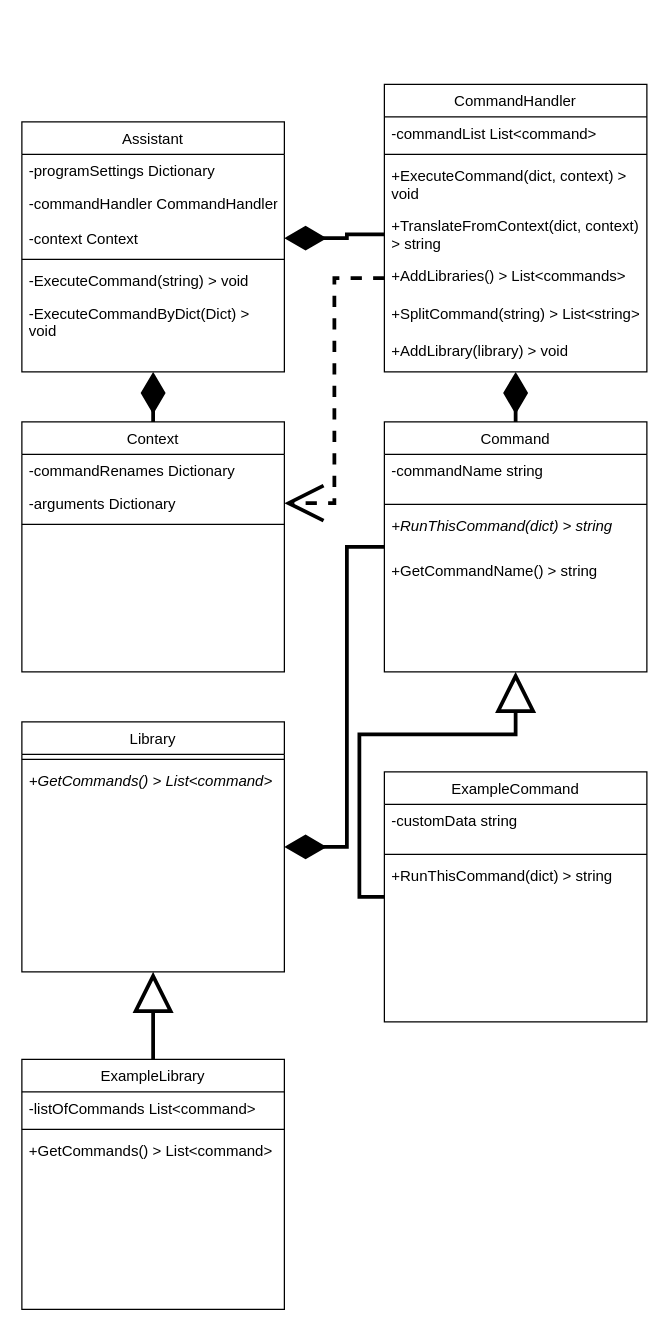
Earlier version of the draw.io diagram class diagram.drawio (oldmartijntje/virtual-assistant). Source tidied: cells renumbered, new cells numbered last; positions are measured from the earlier drawing's top-left corner, leaving out a move shared by most shapes. Both pictures are drawn from the tidied source at 125%, with x=0, y=0 at pixel (21, 84).
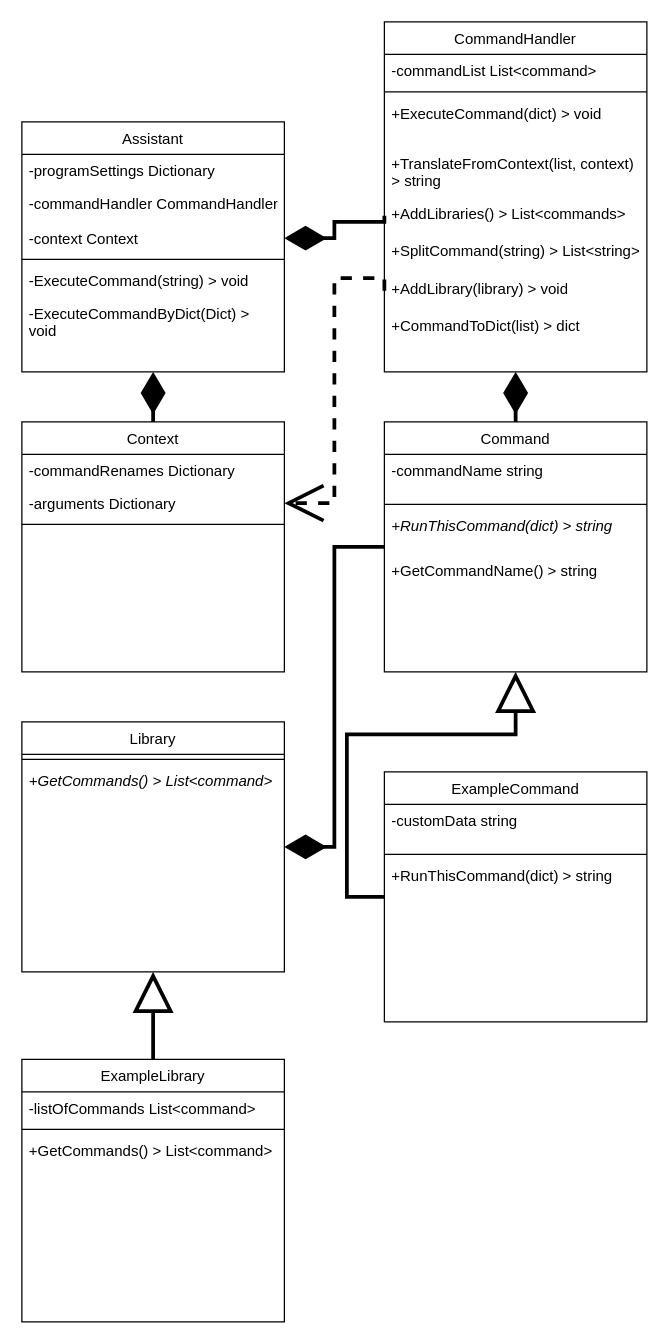
After the change.

Unchanged cells that the change refers to:
```xml
<mxCell id="5" value="-context Context" style="text;align=left;verticalAlign=top;spacingLeft=4;spacingRight=4;overflow=hidden;points=[[0,0.5],[1,0.5]];portConstraint=eastwest;" parent="2" vertex="1">
  <mxGeometry y="80" width="210" height="26" as="geometry" />
</mxCell>
<mxCell id="14" value="+AddLibraries() &gt; List&lt;commands&gt;" style="text;align=left;verticalAlign=top;spacingLeft=4;spacingRight=4;overflow=hidden;points=[[0,0.5],[1,0.5]];portConstraint=eastwest;whiteSpace=wrap;" parent="9" vertex="1">
  <mxGeometry y="140" width="210" height="30" as="geometry" />
</mxCell>
<mxCell id="20" value="-arguments Dictionary" style="text;align=left;verticalAlign=top;spacingLeft=4;spacingRight=4;overflow=hidden;points=[[0,0.5],[1,0.5]];portConstraint=eastwest;" parent="18" vertex="1">
  <mxGeometry y="52" width="210" height="26" as="geometry" />
</mxCell>
<mxCell id="22" value="Library" style="swimlane;fontStyle=0;align=center;verticalAlign=top;horizontal=1;startSize=26;rounded=0;shadow=0;strokeWidth=1;" parent="1" vertex="1">
  <mxGeometry y="510" width="210" height="200" as="geometry" />
</mxCell>
<mxCell id="27" value="Command" style="swimlane;fontStyle=0;align=center;verticalAlign=top;horizontal=1;startSize=26;rounded=0;shadow=0;strokeWidth=1;" parent="1" vertex="1">
  <mxGeometry x="290" y="270" width="210" height="200" as="geometry" />
</mxCell>
<mxCell id="35" value="ExampleCommand" style="swimlane;fontStyle=0;align=center;verticalAlign=top;horizontal=1;startSize=26;rounded=0;shadow=0;strokeWidth=1;" parent="1" vertex="1">
  <mxGeometry x="290" y="550" width="210" height="200" as="geometry" />
</mxCell>
```

Change to the diagram source:
```diff
@@
     <mxCell id="9" value="CommandHandler" style="swimlane;fontStyle=0;align=center;verticalAlign=top;horizontal=1;startSize=26;rounded=0;shadow=0;strokeWidth=1;" parent="1" vertex="1">
-      <mxGeometry x="290" width="210" height="230" as="geometry" />
+      <mxGeometry x="290" y="-50" width="210" height="280" as="geometry" />
     </mxCell>
@@
-    <mxCell id="12" value="+ExecuteCommand(dict, context) &gt; void " style="text;align=left;verticalAlign=top;spacingLeft=4;spacingRight=4;overflow=hidden;whiteSpace=wrap;" parent="9" vertex="1">
+    <mxCell id="12" value="+ExecuteCommand(dict) &gt; void " style="text;align=left;verticalAlign=top;spacingLeft=4;spacingRight=4;overflow=hidden;whiteSpace=wrap;" parent="9" vertex="1">
       <mxGeometry y="60" width="210" height="40" as="geometry" />
     </mxCell>
-    <mxCell id="13" value="+TranslateFromContext(dict, context) &gt; string " style="text;align=left;verticalAlign=top;spacingLeft=4;spacingRight=4;overflow=hidden;points=[[0,0.5],[1,0.5]];portConstraint=eastwest;whiteSpace=wrap;" parent="9" vertex="1">
+    <mxCell id="13" value="+TranslateFromContext(list, context) &gt; string " style="text;align=left;verticalAlign=top;spacingLeft=4;spacingRight=4;overflow=hidden;points=[[0,0.5],[1,0.5]];portConstraint=eastwest;whiteSpace=wrap;" parent="9" vertex="1">
       <mxGeometry y="100" width="210" height="40" as="geometry" />
     </mxCell>
@@
+    <mxCell id="44" value="+CommandToDict(list) &gt; dict" style="text;align=left;verticalAlign=top;spacingLeft=4;spacingRight=4;overflow=hidden;whiteSpace=wrap;" parent="9" vertex="1">
+      <mxGeometry y="230" width="210" height="30" as="geometry" />
+    </mxCell>
@@
     <mxCell id="26" style="edgeStyle=orthogonalEdgeStyle;rounded=0;jettySize=auto;html=1;entryX=1;entryY=0.5;entryDx=0;entryDy=0;strokeWidth=3;endArrow=diamondThin;endFill=1;endSize=25;" parent="1" edge="1" source="27" target="22">
-      <mxGeometry relative="1" as="geometry" />
+      <mxGeometry relative="1" as="geometry">
+        <Array as="points">
+          <mxPoint x="250" y="370" />
+          <mxPoint x="250" y="610" />
+        </Array>
+      </mxGeometry>
     </mxCell>
@@
-    <mxCell id="32" style="edgeStyle=orthogonalEdgeStyle;rounded=0;jettySize=auto;html=1;entryX=1;entryY=0.5;entryDx=0;entryDy=0;endSize=25;endArrow=diamondThin;endFill=1;strokeWidth=3;" parent="1" edge="1" source="13" target="5">
-      <mxGeometry relative="1" as="geometry" />
+    <mxCell id="32" style="edgeStyle=orthogonalEdgeStyle;rounded=0;jettySize=auto;html=1;entryX=1;entryY=0.5;entryDx=0;entryDy=0;endSize=25;endArrow=diamondThin;endFill=1;strokeWidth=3;exitX=0;exitY=0.5;exitDx=0;exitDy=0;" parent="1" edge="1" source="14" target="5">
+      <mxGeometry relative="1" as="geometry">
+        <Array as="points">
+          <mxPoint x="290" y="110" />
+          <mxPoint x="250" y="110" />
+          <mxPoint x="250" y="123" />
+        </Array>
+      </mxGeometry>
     </mxCell>
-    <mxCell id="33" style="edgeStyle=orthogonalEdgeStyle;rounded=0;jettySize=auto;html=1;entryX=1;entryY=0.5;entryDx=0;entryDy=0;endArrow=open;endFill=0;endSize=25;dashed=1;strokeWidth=3;" parent="1" edge="1" source="14" target="20">
+    <mxCell id="33" style="edgeStyle=orthogonalEdgeStyle;rounded=0;jettySize=auto;html=1;entryX=1;entryY=0.5;entryDx=0;entryDy=0;endArrow=open;endFill=0;endSize=25;dashed=1;strokeWidth=3;" parent="1" edge="1" target="20">
       <mxGeometry relative="1" as="geometry">
+        <mxPoint x="290" y="165" as="sourcePoint" />
         <Array as="points">
+          <mxPoint x="290" y="155" />
           <mxPoint x="250" y="155" />
           <mxPoint x="250" y="335" />
         </Array>
       </mxGeometry>
     </mxCell>
     <mxCell id="34" style="edgeStyle=orthogonalEdgeStyle;rounded=0;jettySize=auto;html=1;exitX=0;exitY=0.5;exitDx=0;exitDy=0;entryX=0.5;entryY=1;entryDx=0;entryDy=0;strokeWidth=3;endArrow=block;endFill=0;endSize=25;" parent="1" edge="1" source="35" target="27">
-      <mxGeometry relative="1" as="geometry" />
+      <mxGeometry relative="1" as="geometry">
+        <Array as="points">
+          <mxPoint x="260" y="650" />
+          <mxPoint x="260" y="520" />
+          <mxPoint x="395" y="520" />
+        </Array>
+      </mxGeometry>
     </mxCell>
@@
     <mxCell id="40" value="ExampleLibrary" style="swimlane;fontStyle=0;align=center;verticalAlign=top;horizontal=1;startSize=26;rounded=0;shadow=0;strokeWidth=1;" parent="1" vertex="1">
-      <mxGeometry y="780" width="210" height="200" as="geometry" />
+      <mxGeometry y="780" width="210" height="210" as="geometry" />
     </mxCell>
```
